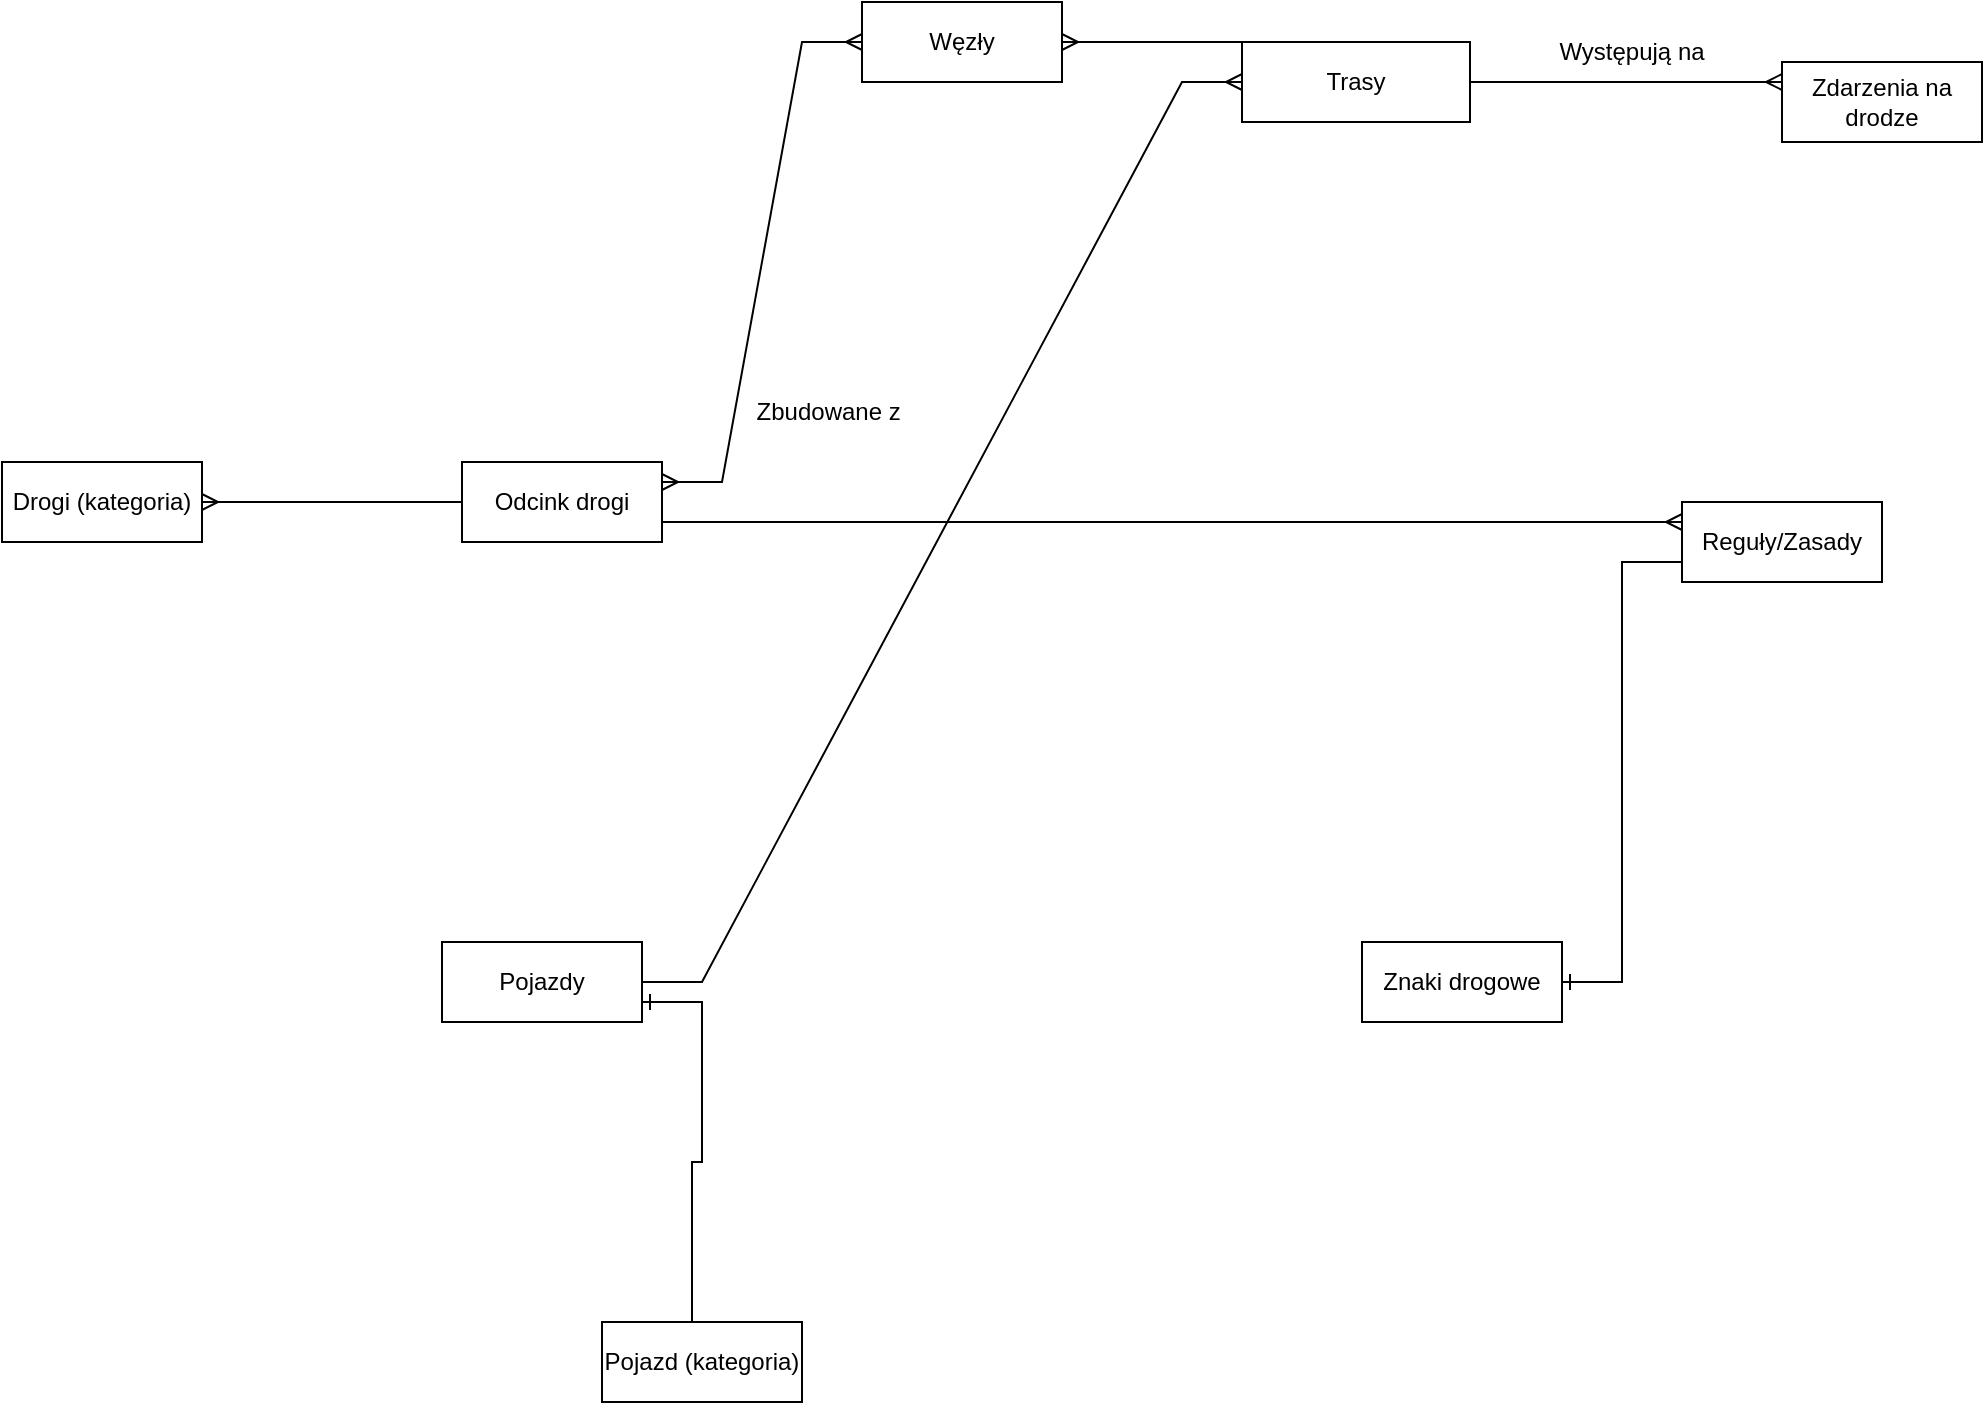
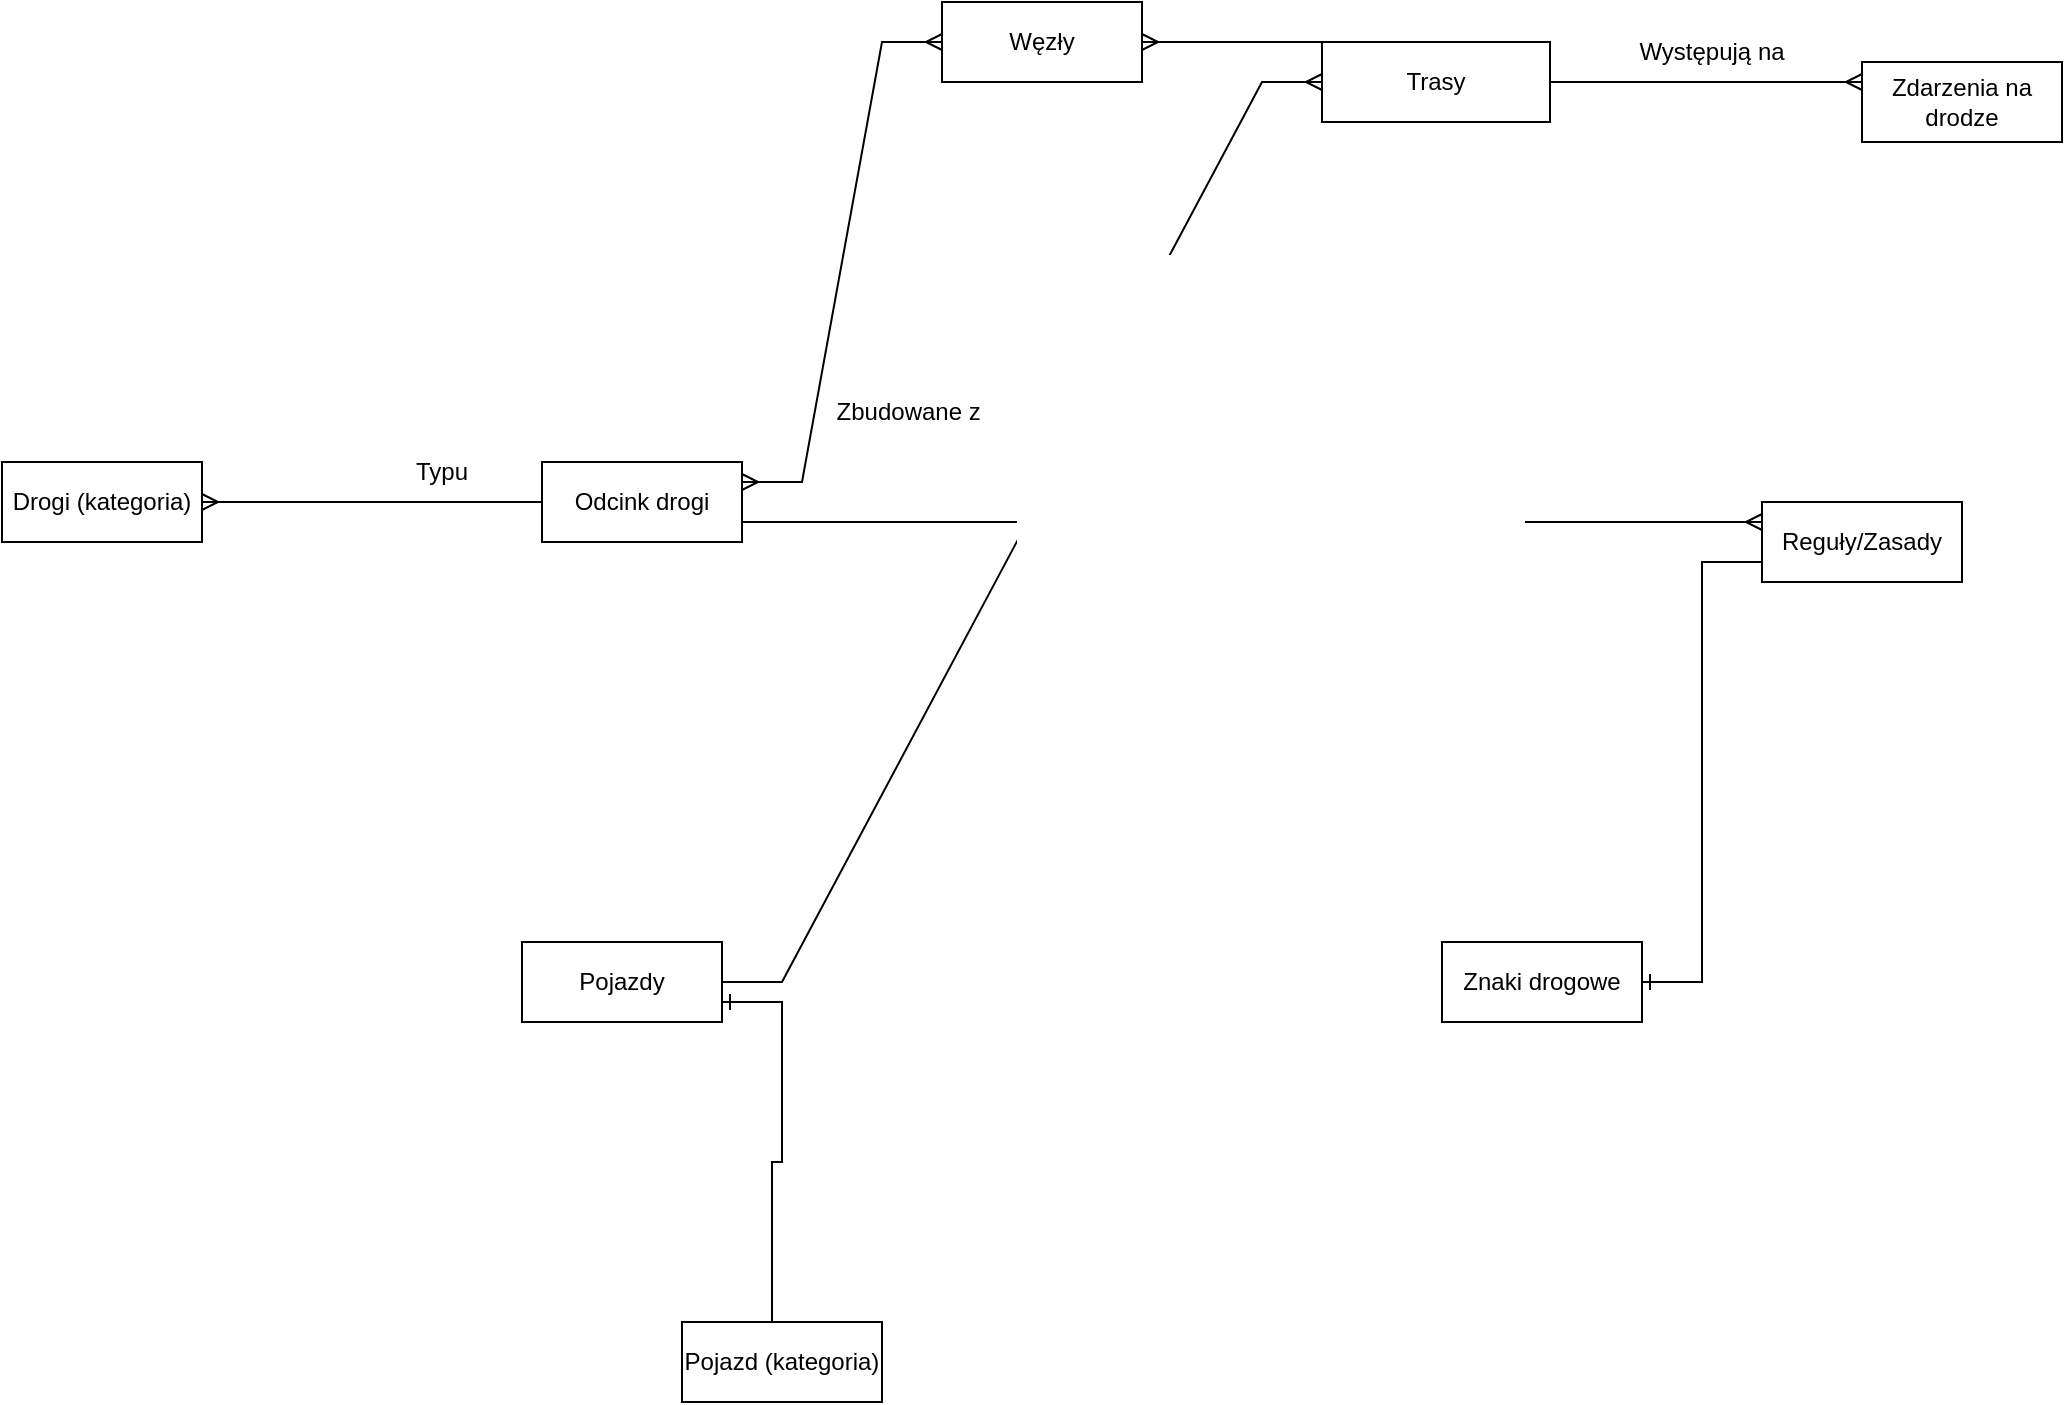
<mxfile host="app.diagrams.net">
  <diagram name="Strona-1" id="Ac67KLS7BCgQroge1M1Z">
    <mxGraphModel dx="2241" dy="787" grid="1" gridSize="10" guides="1" tooltips="1" connect="1" arrows="1" fold="1" page="1" pageScale="1" pageWidth="827" pageHeight="1169" math="0" shadow="0">
      <root>
        <mxCell id="0" />
        <mxCell id="1" parent="0" />
        <mxCell id="hXZus79lLZIJ3kafm3WL-1" parent="1" style="whiteSpace=wrap;html=1;align=center;" value="Węzły" vertex="1">
          <mxGeometry height="40" width="100" x="270" y="40" as="geometry" />
        </mxCell>
        <mxCell id="hXZus79lLZIJ3kafm3WL-2" parent="1" style="whiteSpace=wrap;html=1;align=center;" value="Odcink drogi" vertex="1">
          <mxGeometry height="40" width="100" x="70" y="270" as="geometry" />
        </mxCell>
        <mxCell id="hXZus79lLZIJ3kafm3WL-3" parent="1" style="whiteSpace=wrap;html=1;align=center;" value="Drogi (kategoria)" vertex="1">
-           <mxGeometry height="40" width="100" x="-160" y="270" as="geometry" />
+           <mxGeometry height="40" width="100" x="-200" y="270" as="geometry" />
        </mxCell>
        <mxCell id="hXZus79lLZIJ3kafm3WL-4" parent="1" style="whiteSpace=wrap;html=1;align=center;" value="Trasy" vertex="1">
          <mxGeometry height="40" width="114" x="460" y="60" as="geometry" />
        </mxCell>
        <mxCell id="hXZus79lLZIJ3kafm3WL-5" parent="1" style="whiteSpace=wrap;html=1;align=center;" value="Pojazdy" vertex="1">
          <mxGeometry height="40" width="100" x="60" y="510" as="geometry" />
        </mxCell>
        <mxCell id="hXZus79lLZIJ3kafm3WL-6" parent="1" style="whiteSpace=wrap;html=1;align=center;" value="Pojazd (kategoria)" vertex="1">
          <mxGeometry height="40" width="100" x="140" y="700" as="geometry" />
        </mxCell>
        <mxCell id="hXZus79lLZIJ3kafm3WL-7" parent="1" style="whiteSpace=wrap;html=1;align=center;" value="Znaki drogowe" vertex="1">
          <mxGeometry height="40" width="100" x="520" y="510" as="geometry" />
        </mxCell>
        <mxCell id="hXZus79lLZIJ3kafm3WL-8" parent="1" style="whiteSpace=wrap;html=1;align=center;" value="Reguły/Zasady" vertex="1">
          <mxGeometry height="40" width="100" x="680" y="290" as="geometry" />
        </mxCell>
        <mxCell id="hXZus79lLZIJ3kafm3WL-9" parent="1" style="whiteSpace=wrap;html=1;align=center;" value="Zdarzenia na drodze" vertex="1">
          <mxGeometry height="40" width="100" x="730" y="70" as="geometry" />
        </mxCell>
        <mxCell id="hXZus79lLZIJ3kafm3WL-15" edge="1" parent="1" source="hXZus79lLZIJ3kafm3WL-2" style="edgeStyle=entityRelationEdgeStyle;fontSize=12;html=1;endArrow=ERmany;rounded=0;entryX=1;entryY=0.5;entryDx=0;entryDy=0;exitX=0;exitY=0.5;exitDx=0;exitDy=0;" target="hXZus79lLZIJ3kafm3WL-3" value="">
          <mxGeometry height="100" relative="1" width="100" as="geometry">
            <mxPoint x="130" y="460" as="sourcePoint" />
            <mxPoint x="230" y="360" as="targetPoint" />
          </mxGeometry>
        </mxCell>
        <mxCell id="hXZus79lLZIJ3kafm3WL-16" edge="1" parent="1" source="hXZus79lLZIJ3kafm3WL-5" style="edgeStyle=entityRelationEdgeStyle;fontSize=12;html=1;endArrow=ERmany;rounded=0;exitX=1;exitY=0.5;exitDx=0;exitDy=0;entryX=0;entryY=0.5;entryDx=0;entryDy=0;" target="hXZus79lLZIJ3kafm3WL-4" value="">
          <mxGeometry height="100" relative="1" width="100" as="geometry">
            <mxPoint x="290" y="270" as="sourcePoint" />
            <mxPoint x="390" y="170" as="targetPoint" />
          </mxGeometry>
        </mxCell>
        <mxCell id="hXZus79lLZIJ3kafm3WL-17" edge="1" parent="1" source="hXZus79lLZIJ3kafm3WL-2" style="edgeStyle=entityRelationEdgeStyle;fontSize=12;html=1;endArrow=ERmany;startArrow=ERmany;rounded=0;exitX=1;exitY=0.25;exitDx=0;exitDy=0;entryX=0;entryY=0.5;entryDx=0;entryDy=0;" target="hXZus79lLZIJ3kafm3WL-1" value="">
          <mxGeometry height="100" relative="1" width="100" as="geometry">
            <mxPoint x="304" y="200" as="sourcePoint" />
            <mxPoint x="170" y="130" as="targetPoint" />
          </mxGeometry>
        </mxCell>
        <mxCell id="hXZus79lLZIJ3kafm3WL-18" edge="1" parent="1" source="hXZus79lLZIJ3kafm3WL-4" style="edgeStyle=entityRelationEdgeStyle;fontSize=12;html=1;endArrow=ERmany;rounded=0;entryX=1;entryY=0.5;entryDx=0;entryDy=0;exitX=0;exitY=0;exitDx=0;exitDy=0;" target="hXZus79lLZIJ3kafm3WL-1" value="">
          <mxGeometry height="100" relative="1" width="100" as="geometry">
            <mxPoint x="240" y="450" as="sourcePoint" />
            <mxPoint x="340" y="350" as="targetPoint" />
          </mxGeometry>
        </mxCell>
        <mxCell id="hXZus79lLZIJ3kafm3WL-19" edge="1" parent="1" source="hXZus79lLZIJ3kafm3WL-4" style="edgeStyle=entityRelationEdgeStyle;fontSize=12;html=1;endArrow=ERmany;rounded=0;exitX=1;exitY=0.5;exitDx=0;exitDy=0;entryX=0;entryY=0.25;entryDx=0;entryDy=0;" target="hXZus79lLZIJ3kafm3WL-9" value="">
          <mxGeometry height="100" relative="1" width="100" as="geometry">
            <mxPoint x="550" y="340" as="sourcePoint" />
            <mxPoint x="650" y="240" as="targetPoint" />
          </mxGeometry>
        </mxCell>
        <mxCell id="hXZus79lLZIJ3kafm3WL-21" edge="1" parent="1" source="hXZus79lLZIJ3kafm3WL-2" style="edgeStyle=entityRelationEdgeStyle;fontSize=12;html=1;endArrow=ERmany;rounded=0;exitX=1;exitY=0.75;exitDx=0;exitDy=0;entryX=0;entryY=0.25;entryDx=0;entryDy=0;" target="hXZus79lLZIJ3kafm3WL-8" value="">
          <mxGeometry height="100" relative="1" width="100" as="geometry">
            <mxPoint x="390" y="220" as="sourcePoint" />
            <mxPoint x="480" y="290" as="targetPoint" />
          </mxGeometry>
        </mxCell>
        <mxCell id="hXZus79lLZIJ3kafm3WL-23" edge="1" parent="1" source="hXZus79lLZIJ3kafm3WL-6" style="edgeStyle=entityRelationEdgeStyle;fontSize=12;html=1;endArrow=ERone;endFill=1;rounded=0;entryX=1;entryY=0.75;entryDx=0;entryDy=0;exitX=0.75;exitY=0;exitDx=0;exitDy=0;" target="hXZus79lLZIJ3kafm3WL-5" value="">
          <mxGeometry height="100" relative="1" width="100" as="geometry">
            <mxPoint x="350" y="560" as="sourcePoint" />
            <mxPoint x="450" y="460" as="targetPoint" />
          </mxGeometry>
        </mxCell>
        <mxCell id="hXZus79lLZIJ3kafm3WL-24" edge="1" parent="1" source="hXZus79lLZIJ3kafm3WL-8" style="edgeStyle=entityRelationEdgeStyle;fontSize=12;html=1;endArrow=ERone;endFill=1;rounded=0;entryX=1;entryY=0.5;entryDx=0;entryDy=0;exitX=0;exitY=0.75;exitDx=0;exitDy=0;" target="hXZus79lLZIJ3kafm3WL-7" value="">
          <mxGeometry height="100" relative="1" width="100" as="geometry">
            <mxPoint x="520" y="370" as="sourcePoint" />
            <mxPoint x="520" y="540" as="targetPoint" />
          </mxGeometry>
        </mxCell>
        <mxCell id="1s_SAfb_5N3zRVA8lNIW-2" parent="1" style="text;html=1;whiteSpace=wrap;strokeColor=none;fillColor=none;align=center;verticalAlign=middle;rounded=0;" value="Występują na" vertex="1">
          <mxGeometry height="30" width="110" x="600" y="50" as="geometry" />
        </mxCell>
        <mxCell id="1s_SAfb_5N3zRVA8lNIW-3" parent="1" style="text;html=1;whiteSpace=wrap;strokeColor=none;fillColor=none;align=center;verticalAlign=middle;rounded=0;" value="Zbudowane z&amp;nbsp;" vertex="1">
          <mxGeometry height="30" width="90" x="210" y="230" as="geometry" />
        </mxCell>
+         <mxCell id="1s_SAfb_5N3zRVA8lNIW-4" parent="1" style="text;html=1;whiteSpace=wrap;strokeColor=none;fillColor=none;align=center;verticalAlign=middle;rounded=0;" value="Typu" vertex="1">
+           <mxGeometry height="30" width="60" x="-10" y="260" as="geometry" />
+         </mxCell>
      </root>
    </mxGraphModel>
  </diagram>
</mxfile>
